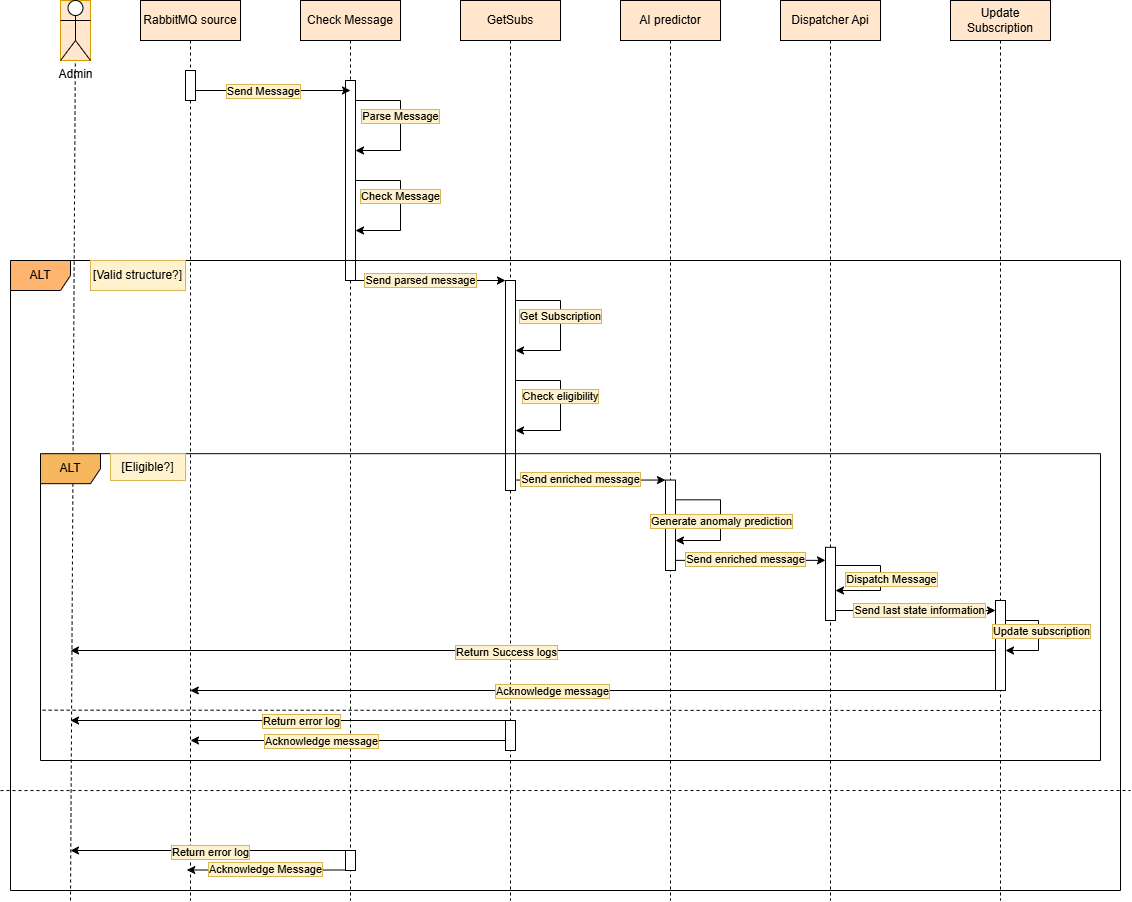
abenj3ddou/latex-project-report-Ameni keeps this draw.io diagram as img/Diagramme seq.png. Above is the earlier version. Source tidied: cells renumbered, new cells last; positions are measured from the earlier drawing's top-left corner, leaving out a move shared by most shapes.
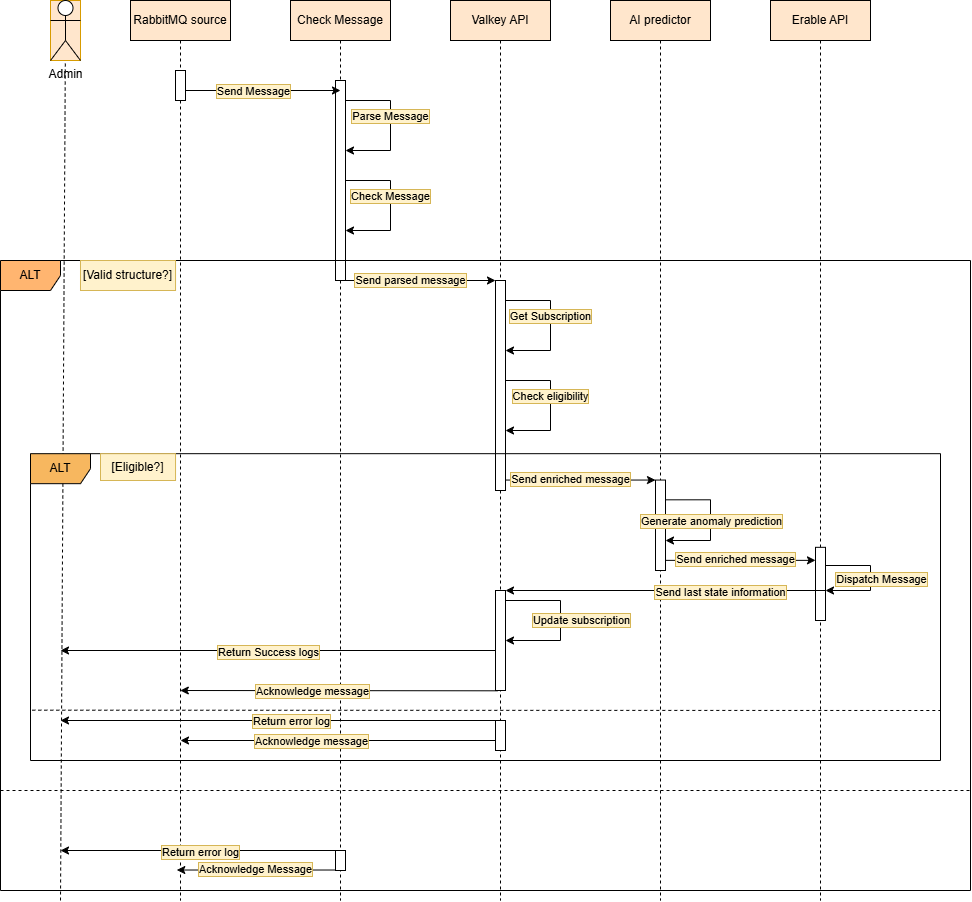
Above is the later version.

Diff of the diagram source:
```diff
@@ -8,9 +8,6 @@
     <mxCell id="3" style="html=1;points=[];perimeter=orthogonalPerimeter;outlineConnect=0;targetShapes=umlLifeline;portConstraint=eastwest;newEdgeStyle={&quot;edgeStyle&quot;:&quot;elbowEdgeStyle&quot;,&quot;elbow&quot;:&quot;vertical&quot;,&quot;curved&quot;:0,&quot;rounded&quot;:0};" parent="2" vertex="1">
       <mxGeometry x="45" y="70" width="10" height="30" as="geometry" />
     </mxCell>
-    <mxCell id="4" value="Update Subscription" style="shape=umlLifeline;perimeter=lifelinePerimeter;whiteSpace=wrap;html=1;newEdgeStyle={&quot;edgeStyle&quot;:&quot;elbowEdgeStyle&quot;,&quot;elbow&quot;:&quot;vertical&quot;,&quot;curved&quot;:0,&quot;rounded&quot;:0};fillColor=#ffe6cc;strokeColor=#000000;" parent="1" vertex="1">
-      <mxGeometry x="950" width="100" height="900" as="geometry" />
-    </mxCell>
     <mxCell id="5" value="Check Message" style="shape=umlLifeline;perimeter=lifelinePerimeter;whiteSpace=wrap;html=1;newEdgeStyle={&quot;edgeStyle&quot;:&quot;elbowEdgeStyle&quot;,&quot;elbow&quot;:&quot;vertical&quot;,&quot;curved&quot;:0,&quot;rounded&quot;:0};fillColor=#ffe6cc;strokeColor=#000000;" parent="1" vertex="1">
       <mxGeometry x="300" width="100" height="900" as="geometry" />
     </mxCell>
@@ -28,7 +25,7 @@
     <mxCell id="8" value="Parse Message" style="edgeLabel;html=1;align=center;verticalAlign=middle;labelBackgroundColor=#fff2cc;labelBorderColor=#d6b656;" parent="7" vertex="1">
       <mxGeometry x="-0.14" y="-1" relative="1" as="geometry" />
     </mxCell>
-    <mxCell id="9" value="GetSubs" style="shape=umlLifeline;perimeter=lifelinePerimeter;whiteSpace=wrap;html=1;outlineConnect=0;portConstraint=eastwest;newEdgeStyle={&quot;edgeStyle&quot;:&quot;elbowEdgeStyle&quot;,&quot;elbow&quot;:&quot;vertical&quot;,&quot;curved&quot;:0,&quot;rounded&quot;:0};fillColor=#ffe6cc;strokeColor=#000000;" parent="1" vertex="1">
+    <mxCell id="9" value="Valkey API" style="shape=umlLifeline;perimeter=lifelinePerimeter;whiteSpace=wrap;html=1;outlineConnect=0;portConstraint=eastwest;newEdgeStyle={&quot;edgeStyle&quot;:&quot;elbowEdgeStyle&quot;,&quot;elbow&quot;:&quot;vertical&quot;,&quot;curved&quot;:0,&quot;rounded&quot;:0};fillColor=#ffe6cc;strokeColor=#000000;" parent="1" vertex="1">
       <mxGeometry x="460" width="100" height="900" as="geometry" />
     </mxCell>
     <mxCell id="10" style="html=1;points=[];perimeter=orthogonalPerimeter;outlineConnect=0;targetShapes=umlLifeline;portConstraint=eastwest;newEdgeStyle={&quot;edgeStyle&quot;:&quot;elbowEdgeStyle&quot;,&quot;elbow&quot;:&quot;vertical&quot;,&quot;curved&quot;:0,&quot;rounded&quot;:0};" parent="9" vertex="1">
@@ -59,7 +56,7 @@
     <mxCell id="15" style="html=1;points=[];perimeter=orthogonalPerimeter;outlineConnect=0;targetShapes=umlLifeline;portConstraint=eastwest;newEdgeStyle={&quot;edgeStyle&quot;:&quot;elbowEdgeStyle&quot;,&quot;elbow&quot;:&quot;vertical&quot;,&quot;curved&quot;:0,&quot;rounded&quot;:0};" parent="9" vertex="1">
       <mxGeometry x="45" y="720" width="10" height="30" as="geometry" />
     </mxCell>
-    <mxCell id="16" value="Dispatcher Api" style="shape=umlLifeline;perimeter=lifelinePerimeter;whiteSpace=wrap;html=1;newEdgeStyle={&quot;edgeStyle&quot;:&quot;elbowEdgeStyle&quot;,&quot;elbow&quot;:&quot;vertical&quot;,&quot;curved&quot;:0,&quot;rounded&quot;:0};fillColor=#ffe6cc;strokeColor=#000000;" parent="1" vertex="1">
+    <mxCell id="16" value="Erable API" style="shape=umlLifeline;perimeter=lifelinePerimeter;whiteSpace=wrap;html=1;newEdgeStyle={&quot;edgeStyle&quot;:&quot;elbowEdgeStyle&quot;,&quot;elbow&quot;:&quot;vertical&quot;,&quot;curved&quot;:0,&quot;rounded&quot;:0};fillColor=#ffe6cc;strokeColor=#000000;" parent="1" vertex="1">
       <mxGeometry x="780" width="100" height="900" as="geometry" />
     </mxCell>
     <mxCell id="17" value="AI predictor" style="shape=umlLifeline;perimeter=lifelinePerimeter;whiteSpace=wrap;html=1;newEdgeStyle={&quot;edgeStyle&quot;:&quot;elbowEdgeStyle&quot;,&quot;elbow&quot;:&quot;vertical&quot;,&quot;curved&quot;:0,&quot;rounded&quot;:0};fillColor=#ffe6cc;strokeColor=#000000;" parent="1" vertex="1">
@@ -121,7 +118,7 @@
     </mxCell>
     <mxCell id="31" style="endArrow=classic;html=1;rounded=0;" parent="1" edge="1">
       <mxGeometry relative="1" as="geometry">
-        <mxPoint x="995" y="650" as="sourcePoint" />
+        <mxPoint x="510" y="650" as="sourcePoint" />
         <mxPoint x="70" y="650" as="targetPoint" />
       </mxGeometry>
     </mxCell>
@@ -129,7 +126,7 @@
       <mxGeometry x="0.06" y="1" relative="1" as="geometry" />
     </mxCell>
     <mxCell id="33" value="ALT" style="shape=umlFrame;whiteSpace=wrap;html=1;fillColor=light-dark(#f7b75f, #ededed);" parent="1" vertex="1">
-      <mxGeometry x="40" y="453.2" width="1060" height="306.8" as="geometry" />
+      <mxGeometry x="40" y="453.2" width="910" height="306.8" as="geometry" />
     </mxCell>
     <mxCell id="34" value="[Eligible?]" style="text;html=1;whiteSpace=wrap;strokeColor=#d6b656;fillColor=#fff2cc;align=center;verticalAlign=middle;rounded=0;" parent="1" vertex="1">
       <mxGeometry x="110" y="453.2" width="75" height="26.8" as="geometry" />
@@ -177,9 +174,10 @@
         <mxPoint x="11" y="9" as="offset" />
       </mxGeometry>
     </mxCell>
-    <mxCell id="43" style="endArrow=classic;html=1;rounded=0;" parent="1" edge="1" target="45">
+    <mxCell id="43" style="endArrow=classic;html=1;rounded=0;" parent="1" edge="1">
       <mxGeometry relative="1" as="geometry">
-        <mxPoint x="835" y="610" as="sourcePoint" />
+        <mxPoint x="835" y="590" as="sourcePoint" />
+        <mxPoint x="515" y="590" as="targetPoint" />
       </mxGeometry>
     </mxCell>
     <mxCell id="44" value="Send last state information" style="edgeLabel;html=1;align=center;verticalAlign=middle;labelBackgroundColor=#fff2cc;labelBorderColor=#d6b656;" parent="43" vertex="1">
@@ -188,25 +186,27 @@
       </mxGeometry>
     </mxCell>
     <mxCell id="45" style="html=1;points=[];perimeter=orthogonalPerimeter;outlineConnect=0;targetShapes=umlLifeline;portConstraint=eastwest;newEdgeStyle={&quot;edgeStyle&quot;:&quot;elbowEdgeStyle&quot;,&quot;elbow&quot;:&quot;vertical&quot;,&quot;curved&quot;:0,&quot;rounded&quot;:0};" parent="1" vertex="1">
-      <mxGeometry x="995" y="600" width="10" height="90" as="geometry" />
+      <mxGeometry x="505" y="590" width="10" height="100" as="geometry" />
     </mxCell>
-    <mxCell id="46" style="endArrow=classic;html=1;rounded=0;edgeStyle=orthogonalEdgeStyle;" parent="1" edge="1" target="45">
+    <mxCell id="46" style="endArrow=classic;html=1;rounded=0;edgeStyle=orthogonalEdgeStyle;" parent="1" edge="1">
       <mxGeometry relative="1" as="geometry">
-        <mxPoint x="1005" y="620" as="sourcePoint" />
+        <mxPoint x="515" y="610" as="sourcePoint" />
+        <mxPoint x="515" y="640" as="targetPoint" />
         <Array as="points">
-          <mxPoint x="1038" y="620" />
-          <mxPoint x="1038" y="650" />
+          <mxPoint x="515" y="600" />
+          <mxPoint x="570" y="600" />
+          <mxPoint x="570" y="640" />
         </Array>
       </mxGeometry>
     </mxCell>
     <mxCell id="47" value="Update subscription" style="edgeLabel;html=1;align=center;verticalAlign=middle;labelBackgroundColor=#fff2cc;labelBorderColor=#d6b656;" parent="46" vertex="1">
       <mxGeometry x="-0.14" y="-1" relative="1" as="geometry">
-        <mxPoint x="3" y="2" as="offset" />
+        <mxPoint x="21" y="15" as="offset" />
       </mxGeometry>
     </mxCell>
     <mxCell id="48" style="endArrow=none;html=1;rounded=0;exitX=0.002;exitY=0.836;exitDx=0;exitDy=0;exitPerimeter=0;dashed=1;" parent="1" edge="1" source="33">
       <mxGeometry relative="1" as="geometry">
-        <mxPoint x="1103" y="710" as="targetPoint" />
+        <mxPoint x="950" y="710" as="targetPoint" />
       </mxGeometry>
     </mxCell>
     <mxCell id="49" style="endArrow=classic;html=1;rounded=0;" parent="1" edge="1" source="15">
@@ -220,15 +220,15 @@
       </mxGeometry>
     </mxCell>
     <mxCell id="51" value="ALT" style="shape=umlFrame;whiteSpace=wrap;html=1;fillStyle=auto;gradientColor=none;fillColor=#FFB570;" parent="1" vertex="1">
-      <mxGeometry x="10" y="260" width="1110" height="630" as="geometry" />
+      <mxGeometry x="10" y="260" width="970" height="630" as="geometry" />
     </mxCell>
     <mxCell id="52" value="[Valid structure?]" style="text;html=1;whiteSpace=wrap;strokeColor=#d6b656;fillColor=#fff2cc;align=center;verticalAlign=middle;rounded=0;" parent="1" vertex="1">
       <mxGeometry x="90" y="260" width="95" height="30" as="geometry" />
     </mxCell>
-    <mxCell id="53" style="endArrow=none;html=1;rounded=0;entryX=1;entryY=0.887;entryDx=0;entryDy=0;entryPerimeter=0;dashed=1;" parent="1" edge="1">
+    <mxCell id="53" style="endArrow=none;html=1;rounded=0;dashed=1;" parent="1" edge="1">
       <mxGeometry relative="1" as="geometry">
-        <mxPoint y="790.1" as="sourcePoint" />
-        <mxPoint x="1130" y="790" as="targetPoint" />
+        <mxPoint x="10" y="790" as="sourcePoint" />
+        <mxPoint x="980" y="790" as="targetPoint" />
       </mxGeometry>
     </mxCell>
     <mxCell id="54" style="endArrow=classic;html=1;rounded=0;" parent="1" edge="1">
@@ -242,9 +242,8 @@
         <mxPoint x="-3" y="2" as="offset" />
       </mxGeometry>
     </mxCell>
-    <mxCell id="56" style="endArrow=classic;html=1;rounded=0;" parent="1" edge="1">
+    <mxCell id="56" style="endArrow=classic;html=1;rounded=0;exitX=0.474;exitY=0.767;exitDx=0;exitDy=0;exitPerimeter=0;" parent="1" edge="1" source="9">
       <mxGeometry relative="1" as="geometry">
-        <mxPoint x="995" y="690" as="sourcePoint" />
         <mxPoint x="189.8" y="690" as="targetPoint" />
       </mxGeometry>
     </mxCell>
```
